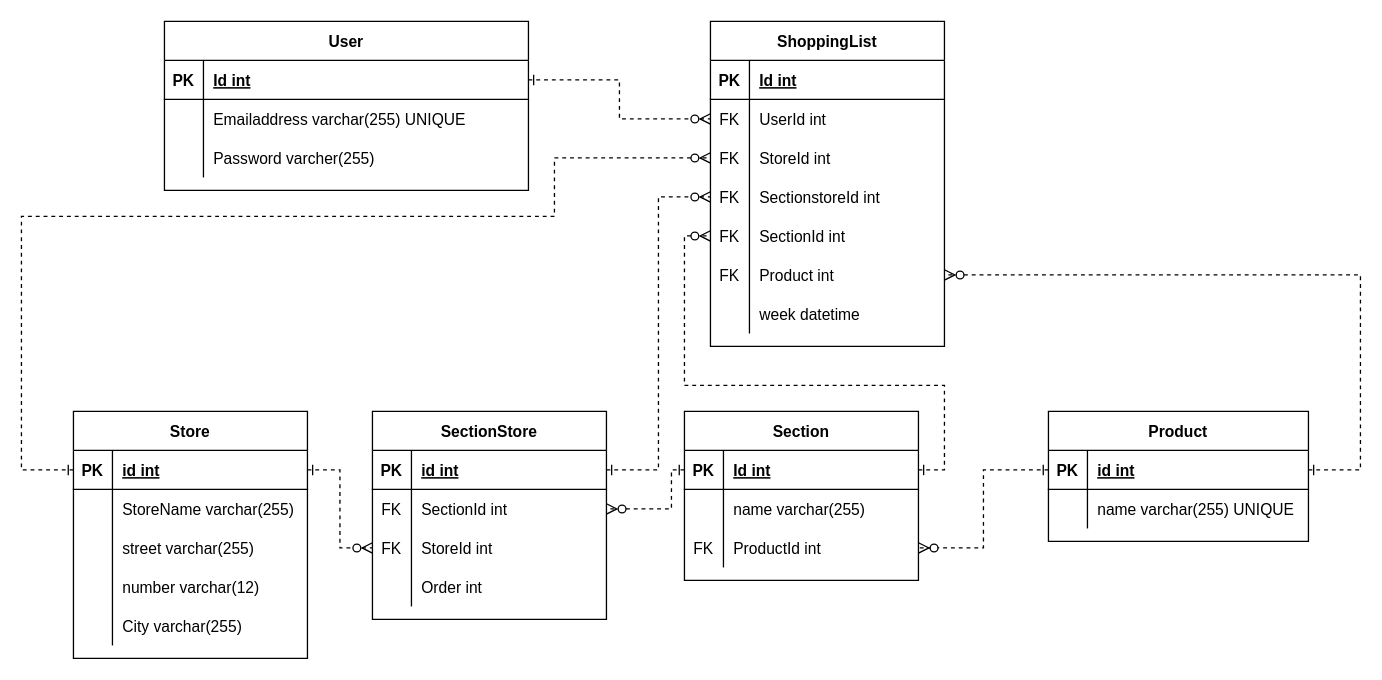
Before: Erd Agile and testing Winkellijst.drawio in Agile-TestingTeam2/Project_winkellijst, a draw.io diagram. Source tidied: cells renumbered, new cells numbered last; positions are measured from the earlier drawing's top-left corner, leaving out a move shared by most shapes. Both pictures are drawn from the tidied source at 130%, with x=0, y=0 at pixel (21, 21).
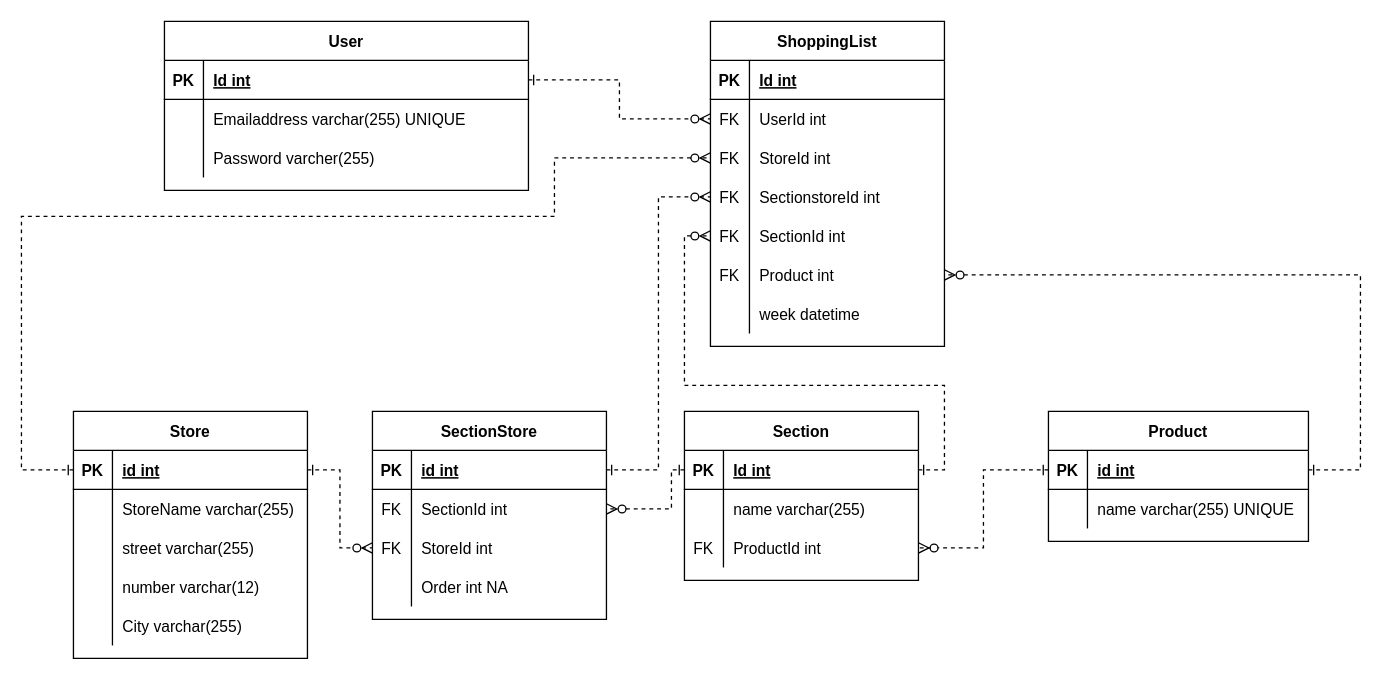
After the change.

Commit message:
addes NA in order

Unchanged cells that the change refers to:
```xml
<mxCell id="79" style="shape=partialRectangle;fillColor=none;top=0;left=0;bottom=0;right=0;" parent="69" vertex="1">
  <mxGeometry y="120" width="180" height="30" as="geometry" />
</mxCell>
```

Diff of the diagram source:
```diff
@@
-    <mxCell id="81" value="Order int" style="shape=partialRectangle;fillColor=none;top=0;left=0;bottom=0;right=0;align=left;spacingLeft=6;overflow=hidden;" parent="79" vertex="1">
+    <mxCell id="81" value="Order int NA" style="shape=partialRectangle;fillColor=none;top=0;left=0;bottom=0;right=0;align=left;spacingLeft=6;overflow=hidden;" parent="79" vertex="1">
       <mxGeometry x="30" width="150" height="30" as="geometry" />
     </mxCell>
```
